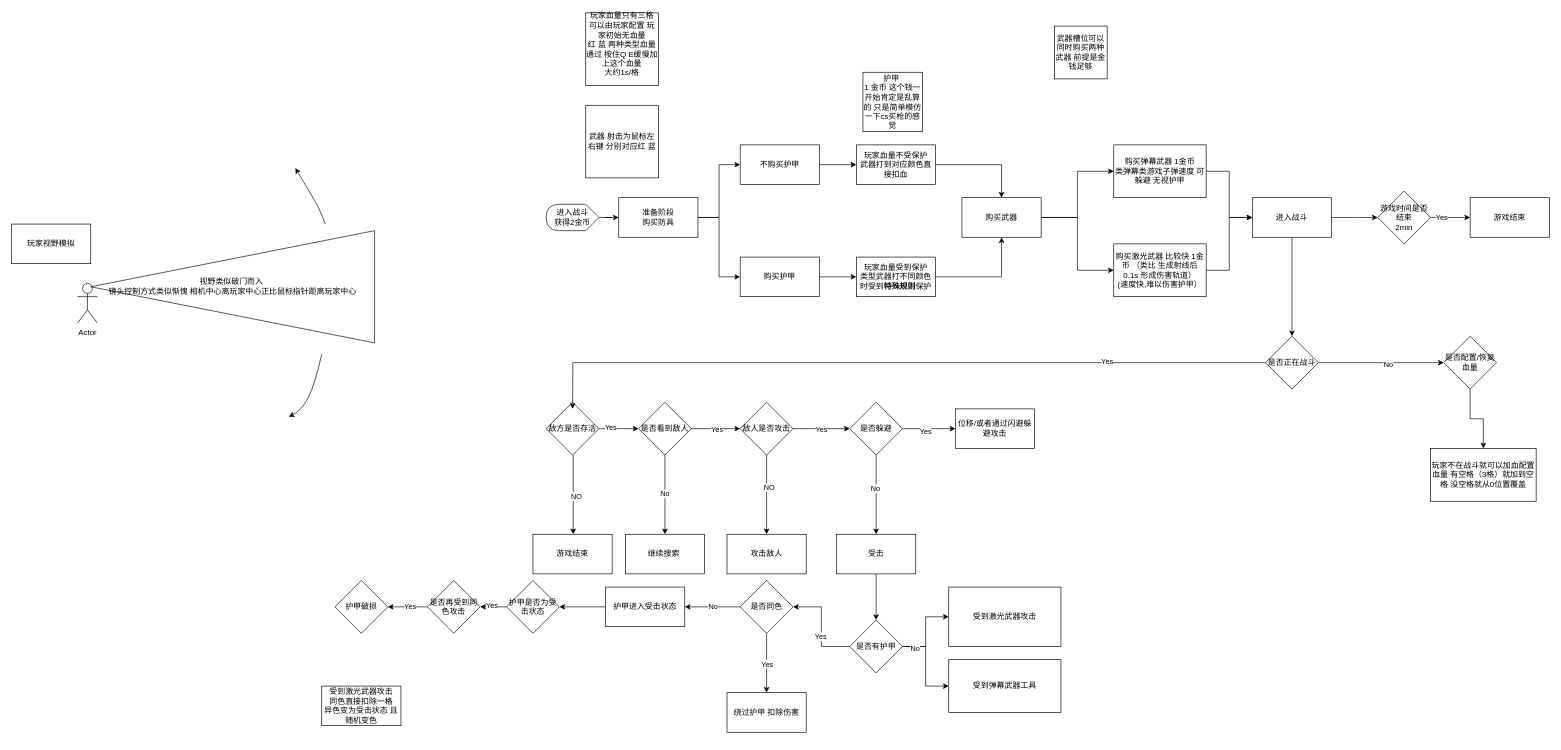
Before: 游戏决策分析.drawio in ChesTnuts233/book, a draw.io diagram. Source tidied: cells renumbered, new cells numbered last; positions are measured from the earlier drawing's top-left corner, leaving out a move shared by most shapes. Both pictures are drawn from the tidied source at 66%, with x=0, y=0 at pixel (11, 13).
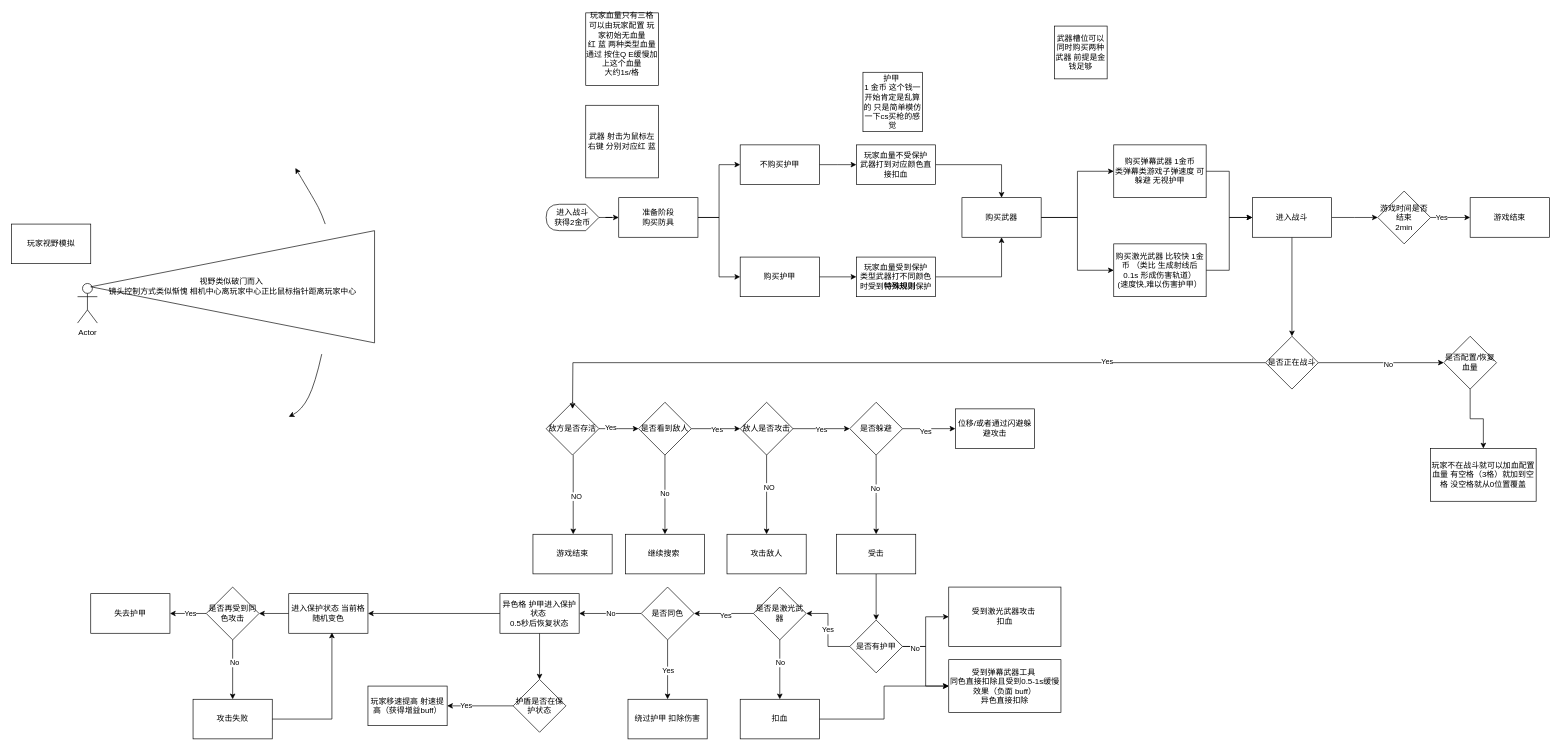
The same page after the edit.

Commit message (it also covers changes not shown here):
更新游戏决策分析.drawio

Unchanged cells that the change refers to:
```xml
<mxCell id="68" value="是否有护甲" style="rhombus;whiteSpace=wrap;html=1;rounded=0;" parent="1" vertex="1">
  <mxGeometry x="1270" y="920" width="80" height="80" as="geometry" />
</mxCell>
```

What changed in the source:
```diff
@@
-    <mxCell id="64" style="edgeStyle=orthogonalEdgeStyle;rounded=0;jettySize=auto;html=1;entryX=1;entryY=0.5;entryDx=0;entryDy=0;" parent="1" edge="1" source="68" target="82">
-      <mxGeometry relative="1" as="geometry" />
-    </mxCell>
-    <mxCell id="65" value="Yes" style="edgeLabel;html=1;align=center;verticalAlign=middle;" parent="64" vertex="1">
-      <mxGeometry x="-0.19" y="2" relative="1" as="geometry" />
-    </mxCell>
@@
+    <mxCell id="96" value="Yes" style="edgeStyle=orthogonalEdgeStyle;rounded=0;jettySize=auto;html=1;entryX=1;entryY=0.5;entryDx=0;entryDy=0;" parent="1" edge="1" source="68" target="104">
+      <mxGeometry relative="1" as="geometry" />
+    </mxCell>
@@
-    <mxCell id="69" value="受到激光武器攻击" style="whiteSpace=wrap;html=1;rounded=0;" parent="1" vertex="1">
+    <mxCell id="69" value="受到激光武器攻击&amp;nbsp;&lt;div&gt;扣血&lt;/div&gt;" style="whiteSpace=wrap;html=1;rounded=0;" parent="1" vertex="1">
       <mxGeometry x="1420" y="870" width="170" height="90" as="geometry" />
     </mxCell>
-    <mxCell id="70" value="受到弹幕武器工具" style="rounded=0;whiteSpace=wrap;html=1;" parent="1" vertex="1">
+    <mxCell id="70" value="受到弹幕武器工具&amp;nbsp;&lt;div&gt;同色直接扣除且受到0.5-1s缓慢效果（负面 buff）&lt;/div&gt;&lt;div&gt;异色直接扣除&lt;/div&gt;" style="rounded=0;whiteSpace=wrap;html=1;" parent="1" vertex="1">
       <mxGeometry x="1420" y="980" width="170" height="80" as="geometry" />
     </mxCell>
-    <mxCell id="71" style="edgeStyle=orthogonalEdgeStyle;rounded=0;jettySize=auto;html=1;" parent="1" edge="1" source="73">
-      <mxGeometry relative="1" as="geometry">
-        <mxPoint x="710" y="900" as="targetPoint" />
-      </mxGeometry>
-    </mxCell>
-    <mxCell id="72" value="Yes" style="edgeLabel;html=1;align=center;verticalAlign=middle;" parent="71" vertex="1">
-      <mxGeometry x="0.13" y="-3" relative="1" as="geometry" />
-    </mxCell>
-    <mxCell id="73" value="护甲是否为受击状态" style="rhombus;whiteSpace=wrap;html=1;rounded=0;" parent="1" vertex="1">
-      <mxGeometry x="750" y="860" width="80" height="80" as="geometry" />
-    </mxCell>
-    <mxCell id="74" style="edgeStyle=orthogonalEdgeStyle;rounded=0;jettySize=auto;html=1;" parent="1" edge="1" source="76" target="77">
+    <mxCell id="74" style="edgeStyle=orthogonalEdgeStyle;rounded=0;jettySize=auto;html=1;" parent="1" edge="1" source="76" target="83">
       <mxGeometry relative="1" as="geometry" />
     </mxCell>
@@
+    <mxCell id="97" style="edgeStyle=orthogonalEdgeStyle;rounded=0;jettySize=auto;html=1;" parent="1" edge="1" source="76" target="109">
+      <mxGeometry relative="1" as="geometry" />
+    </mxCell>
+    <mxCell id="98" value="No" style="edgeLabel;html=1;align=center;verticalAlign=middle;" parent="97" vertex="1">
+      <mxGeometry x="-0.25" y="2" relative="1" as="geometry" />
+    </mxCell>
     <mxCell id="76" value="是否再受到同色攻击" style="rhombus;whiteSpace=wrap;html=1;" parent="1" vertex="1">
-      <mxGeometry x="630" y="860" width="80" height="80" as="geometry" />
+      <mxGeometry x="295" y="870" width="80" height="80" as="geometry" />
     </mxCell>
-    <mxCell id="77" value="护甲破损" style="rhombus;whiteSpace=wrap;html=1;" parent="1" vertex="1">
-      <mxGeometry x="490" y="860" width="80" height="80" as="geometry" />
-    </mxCell>
@@
     <mxCell id="82" value="是否同色" style="rhombus;whiteSpace=wrap;html=1;" parent="1" vertex="1">
-      <mxGeometry x="1104" y="860" width="80" height="80" as="geometry" />
+      <mxGeometry x="954" y="870" width="80" height="80" as="geometry" />
     </mxCell>
-    <mxCell id="83" value="受到激光武器攻击&lt;div&gt;同色直接扣除一格&lt;/div&gt;&lt;div&gt;异色变为受击状态 且随机变色&lt;/div&gt;" style="whiteSpace=wrap;html=1;rounded=0;" parent="1" vertex="1">
-      <mxGeometry x="470" y="1020" width="120" height="60" as="geometry" />
+    <mxCell id="83" value="失去护甲" style="whiteSpace=wrap;html=1;rounded=0;" parent="1" vertex="1">
+      <mxGeometry x="120" y="880" width="120" height="60" as="geometry" />
     </mxCell>
     <mxCell id="84" value="绕过护甲 扣除伤害" style="whiteSpace=wrap;html=1;" parent="1" vertex="1">
-      <mxGeometry x="1084" y="1030" width="120" height="60" as="geometry" />
+      <mxGeometry x="934" y="1040" width="120" height="60" as="geometry" />
     </mxCell>
@@
-    <mxCell id="94" style="edgeStyle=orthogonalEdgeStyle;rounded=0;jettySize=auto;html=1;entryX=1;entryY=0.5;entryDx=0;entryDy=0;" parent="1" edge="1" source="95" target="73">
+    <mxCell id="94" style="edgeStyle=orthogonalEdgeStyle;rounded=0;jettySize=auto;html=1;entryX=1;entryY=0.5;entryDx=0;entryDy=0;" parent="1" edge="1" source="95" target="108">
       <mxGeometry relative="1" as="geometry" />
     </mxCell>
+    <mxCell id="99" style="edgeStyle=orthogonalEdgeStyle;rounded=0;jettySize=auto;html=1;" parent="1" edge="1" source="95" target="113">
+      <mxGeometry relative="1" as="geometry" />
+    </mxCell>
-    <mxCell id="95" value="护甲进入受击状态" style="rounded=0;whiteSpace=wrap;html=1;" parent="1" vertex="1">
-      <mxGeometry x="900" y="870" width="120" height="60" as="geometry" />
+    <mxCell id="95" value="异色格 护甲进入保护状态&amp;nbsp;&lt;div&gt;0.5秒后恢复状态&lt;/div&gt;" style="rounded=0;whiteSpace=wrap;html=1;" parent="1" vertex="1">
+      <mxGeometry x="740" y="880" width="120" height="60" as="geometry" />
     </mxCell>
+    <mxCell id="100" style="edgeStyle=orthogonalEdgeStyle;rounded=0;jettySize=auto;html=1;exitX=0;exitY=0.5;exitDx=0;exitDy=0;" parent="1" edge="1" source="104" target="82">
+      <mxGeometry relative="1" as="geometry" />
+    </mxCell>
+    <mxCell id="101" value="Yes" style="edgeLabel;html=1;align=center;verticalAlign=middle;" parent="100" vertex="1">
+      <mxGeometry x="-0.04" y="1" relative="1" as="geometry">
+        <mxPoint y="1" as="offset" />
+      </mxGeometry>
+    </mxCell>
+    <mxCell id="102" style="edgeStyle=orthogonalEdgeStyle;rounded=0;jettySize=auto;html=1;" parent="1" edge="1" source="104" target="106">
+      <mxGeometry relative="1" as="geometry" />
+    </mxCell>
+    <mxCell id="103" value="No" style="edgeLabel;html=1;align=center;verticalAlign=middle;" parent="102" vertex="1">
+      <mxGeometry x="-0.24" relative="1" as="geometry" />
+    </mxCell>
+    <mxCell id="104" value="是否是激光武器" style="rhombus;whiteSpace=wrap;html=1;" parent="1" vertex="1">
+      <mxGeometry x="1124" y="870" width="80" height="80" as="geometry" />
+    </mxCell>
+    <mxCell id="105" style="edgeStyle=orthogonalEdgeStyle;rounded=0;jettySize=auto;html=1;" parent="1" edge="1" source="106" target="70">
+      <mxGeometry relative="1" as="geometry" />
+    </mxCell>
+    <mxCell id="106" value="扣血" style="whiteSpace=wrap;html=1;" parent="1" vertex="1">
+      <mxGeometry x="1104" y="1040" width="120" height="60" as="geometry" />
+    </mxCell>
+    <mxCell id="107" style="edgeStyle=orthogonalEdgeStyle;rounded=0;jettySize=auto;html=1;entryX=1;entryY=0.5;entryDx=0;entryDy=0;" parent="1" edge="1" source="108" target="76">
+      <mxGeometry relative="1" as="geometry" />
+    </mxCell>
+    <mxCell id="108" value="进入保护状态 当前格随机变色" style="rounded=0;whiteSpace=wrap;html=1;" parent="1" vertex="1">
+      <mxGeometry x="420" y="880" width="120" height="60" as="geometry" />
+    </mxCell>
+    <mxCell id="109" value="攻击失败" style="whiteSpace=wrap;html=1;" parent="1" vertex="1">
+      <mxGeometry x="275" y="1040" width="120" height="60" as="geometry" />
+    </mxCell>
+    <mxCell id="110" style="edgeStyle=orthogonalEdgeStyle;rounded=0;jettySize=auto;html=1;entryX=0.545;entryY=0.982;entryDx=0;entryDy=0;entryPerimeter=0;" parent="1" edge="1" source="109" target="108">
+      <mxGeometry relative="1" as="geometry" />
+    </mxCell>
+    <mxCell id="111" style="edgeStyle=orthogonalEdgeStyle;rounded=0;jettySize=auto;html=1;" parent="1" edge="1" source="113" target="114">
+      <mxGeometry relative="1" as="geometry" />
+    </mxCell>
+    <mxCell id="112" value="Yes" style="edgeLabel;html=1;align=center;verticalAlign=middle;" parent="111" vertex="1">
+      <mxGeometry x="0.44" y="-2" relative="1" as="geometry" />
+    </mxCell>
+    <mxCell id="113" value="护盾是否在保护状态" style="rhombus;whiteSpace=wrap;html=1;rounded=0;" parent="1" vertex="1">
+      <mxGeometry x="760" y="1010" width="80" height="80" as="geometry" />
+    </mxCell>
+    <mxCell id="114" value="玩家移速提高 射速提高（获得增益buff）" style="whiteSpace=wrap;html=1;rounded=0;" parent="1" vertex="1">
+      <mxGeometry x="540" y="1020" width="120" height="60" as="geometry" />
+    </mxCell>
```
